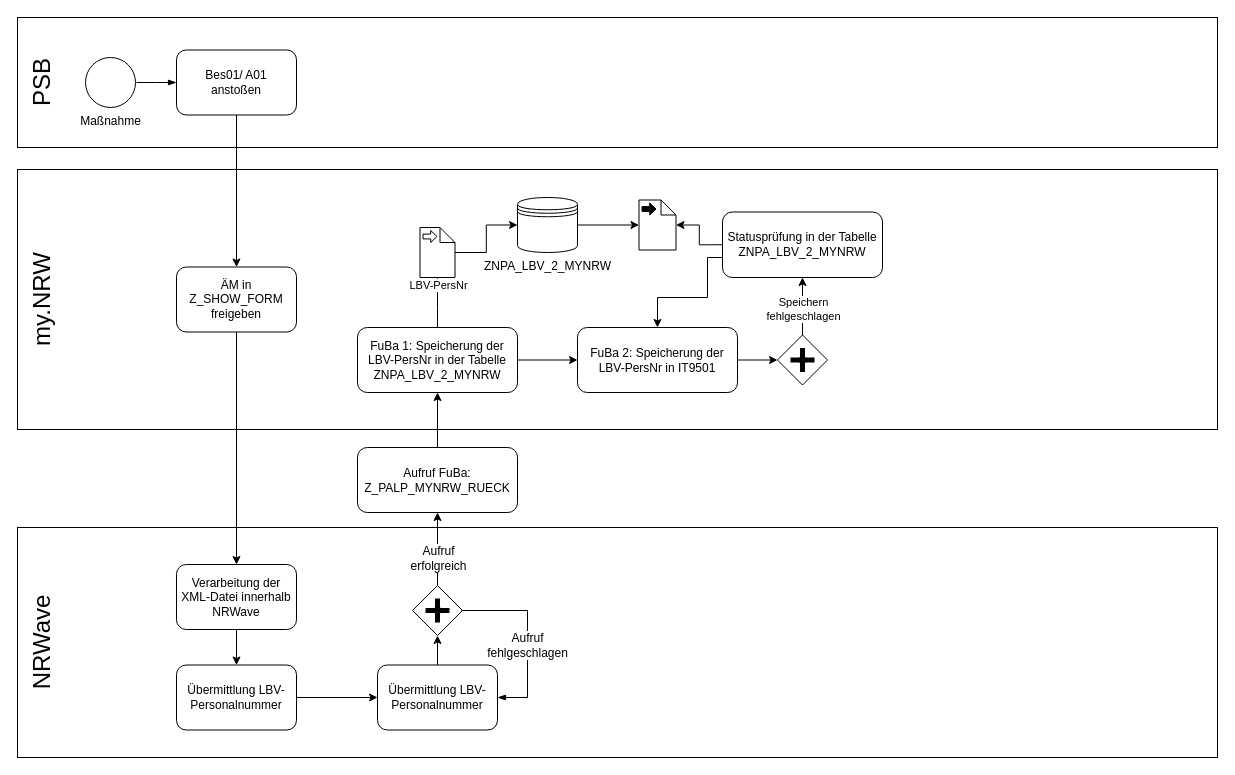
Fa8io/Sequenzdiagramm keeps this draw.io diagram as Unbenanntes Diagramm.drawio. Above is the earlier version. Source tidied: cells renumbered, new cells numbered last; positions are measured from the earlier drawing's top-left corner, leaving out a move shared by most shapes. Both pictures are drawn from the tidied source at 100%, with x=0, y=0 at pixel (-43, 17).
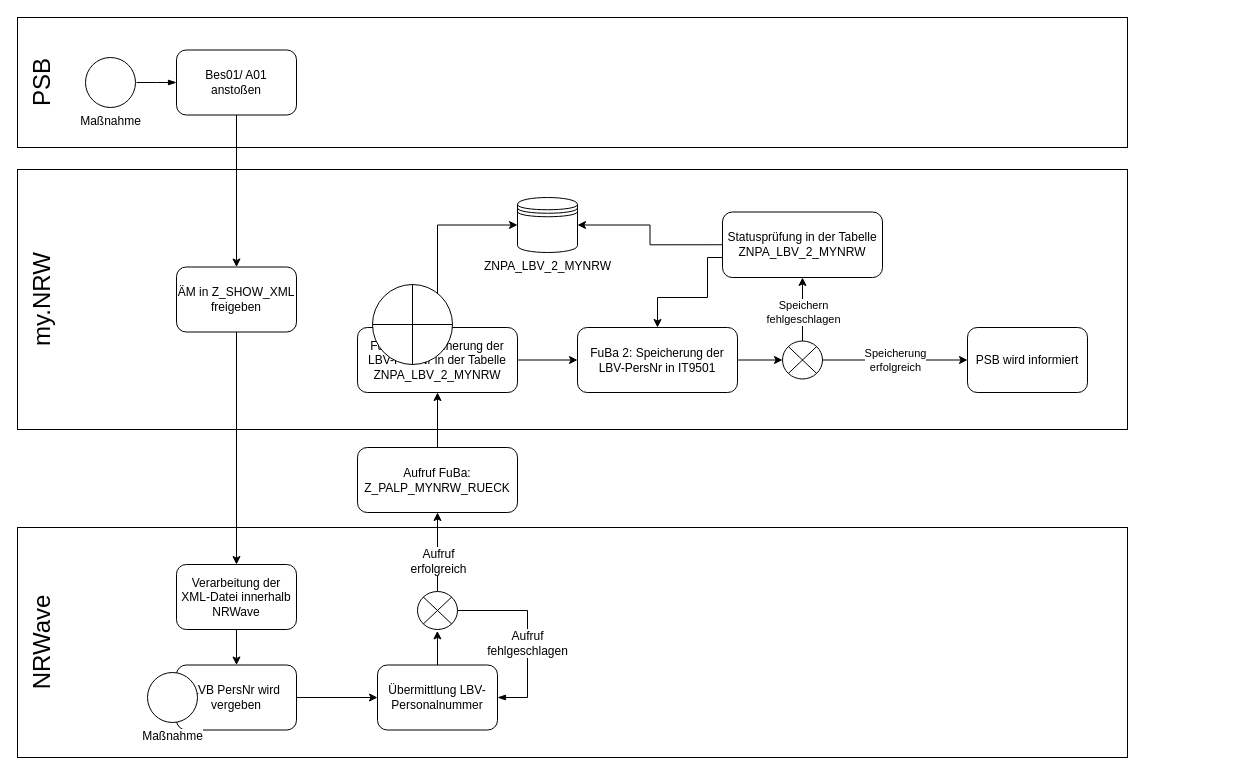
After the change.

Unchanged cells that the change refers to:
```xml
<mxCell id="17" value="Übermittlung LBV-Personalnummer" style="shape=ext;rounded=1;html=1;whiteSpace=wrap;" parent="1" vertex="1">
  <mxGeometry x="420" y="647.5" width="120" height="65" as="geometry" />
</mxCell>
<mxCell id="23" value="Aufruf FuBa: Z_PALP_MYNRW_RUECK" style="shape=ext;rounded=1;html=1;whiteSpace=wrap;" parent="1" vertex="1">
  <mxGeometry x="400" y="430" width="160" height="65" as="geometry" />
</mxCell>
<mxCell id="25" value="FuBa 1: Speicherung der LBV-PersNr in der Tabelle ZNPA_LBV_2_MYNRW" style="shape=ext;rounded=1;html=1;whiteSpace=wrap;" parent="1" vertex="1">
  <mxGeometry x="400" y="310" width="160" height="65" as="geometry" />
</mxCell>
<mxCell id="27" value="FuBa 2: Speicherung der LBV-PersNr in IT9501" style="shape=ext;rounded=1;html=1;whiteSpace=wrap;" parent="1" vertex="1">
  <mxGeometry x="620" y="310" width="160" height="65" as="geometry" />
</mxCell>
<mxCell id="29" value="ZNPA_LBV_2_MYNRW" style="shape=datastore;html=1;labelPosition=center;verticalLabelPosition=bottom;align=center;verticalAlign=top;" parent="1" vertex="1">
  <mxGeometry x="560" y="180" width="60" height="55" as="geometry" />
</mxCell>
<mxCell id="39" value="Statusprüfung in der Tabelle ZNPA_LBV_2_MYNRW" style="shape=ext;rounded=1;html=1;whiteSpace=wrap;" parent="1" vertex="1">
  <mxGeometry x="765" y="194.5" width="160" height="65.5" as="geometry" />
</mxCell>
```

The edit, as a diff of the source:
```diff
@@
     <mxCell id="2" style="rounded=0;whiteSpace=wrap;html=1;" parent="1" vertex="1">
-      <mxGeometry x="60" y="152" width="1200" height="260" as="geometry" />
+      <mxGeometry x="60" y="152" width="1110" height="260" as="geometry" />
     </mxCell>
     <mxCell id="3" style="rounded=0;whiteSpace=wrap;html=1;" parent="1" vertex="1">
-      <mxGeometry x="60" y="510" width="1200" height="230" as="geometry" />
+      <mxGeometry x="60" y="510" width="1110" height="230" as="geometry" />
     </mxCell>
@@
     <mxCell id="6" style="rounded=0;whiteSpace=wrap;html=1;" parent="1" vertex="1">
-      <mxGeometry x="60" width="1200" height="130" as="geometry" />
+      <mxGeometry x="60" width="1110" height="130" as="geometry" />
     </mxCell>
@@
-    <mxCell id="12" value="ÄM in Z_SHOW_FORM freigeben" style="shape=ext;rounded=1;html=1;whiteSpace=wrap;" parent="1" vertex="1">
+    <mxCell id="12" value="ÄM in Z_SHOW_XML freigeben" style="shape=ext;rounded=1;html=1;whiteSpace=wrap;" parent="1" vertex="1">
       <mxGeometry x="219" y="249.5" width="120" height="65" as="geometry" />
     </mxCell>
@@
-    <mxCell id="16" style="edgeStyle=orthogonalEdgeStyle;rounded=0;jettySize=auto;html=1;entryX=0.5;entryY=1;entryDx=0;entryDy=0;" parent="1" edge="1" source="17" target="20">
+    <mxCell id="16" style="edgeStyle=orthogonalEdgeStyle;rounded=0;jettySize=auto;html=1;entryX=0.496;entryY=1.037;entryDx=0;entryDy=0;entryPerimeter=0;" parent="1" edge="1" source="17" target="46">
       <mxGeometry relative="1" as="geometry" />
     </mxCell>
@@
-    <mxCell id="18" style="edgeStyle=orthogonalEdgeStyle;rounded=0;jettySize=auto;html=1;entryX=0.5;entryY=1;entryDx=0;entryDy=0;" parent="1" edge="1" source="20" target="23">
+    <mxCell id="18" style="edgeStyle=orthogonalEdgeStyle;rounded=0;jettySize=auto;html=1;entryX=0.5;entryY=1;entryDx=0;entryDy=0;exitX=0.5;exitY=0;exitDx=0;exitDy=0;exitPerimeter=0;" parent="1" edge="1" source="46" target="23">
       <mxGeometry relative="1" as="geometry" />
     </mxCell>
@@
-    <mxCell id="20" style="shape=mxgraph.bpmn.shape;html=1;verticalLabelPosition=bottom;labelBackgroundColor=#ffffff;verticalAlign=top;perimeter=rhombusPerimeter;background=gateway;outline=none;symbol=parallelGw;" parent="1" vertex="1">
-      <mxGeometry x="455" y="568" width="50" height="50" as="geometry" />
-    </mxCell>
-    <mxCell id="21" value="Aufruf&lt;div&gt;fehlgeschlagen&lt;/div&gt;" style="edgeStyle=elbowEdgeStyle;fontSize=12;html=1;endArrow=blockThin;endFill=1;rounded=0;entryX=1;entryY=0.5;entryDx=0;entryDy=0;" parent="1" edge="1" target="17">
+    <mxCell id="21" value="Aufruf&lt;div&gt;fehlgeschlagen&lt;/div&gt;" style="edgeStyle=elbowEdgeStyle;fontSize=12;html=1;endArrow=blockThin;endFill=1;rounded=0;entryX=1;entryY=0.5;entryDx=0;entryDy=0;exitX=1;exitY=0.5;exitDx=0;exitDy=0;exitPerimeter=0;" parent="1" edge="1" source="46" target="17">
       <mxGeometry x="0.1" relative="1" as="geometry">
-        <mxPoint x="504" y="593" as="sourcePoint" />
         <Array as="points">
           <mxPoint x="570" y="638" />
         </Array>
       </mxGeometry>
     </mxCell>
@@
-    <mxCell id="26" style="edgeStyle=orthogonalEdgeStyle;rounded=0;jettySize=auto;html=1;entryX=0;entryY=0.5;entryDx=0;entryDy=0;" parent="1" edge="1" source="27" target="36">
+    <mxCell id="26" style="edgeStyle=orthogonalEdgeStyle;rounded=0;jettySize=auto;html=1;entryX=0;entryY=0.5;entryDx=0;entryDy=0;entryPerimeter=0;" parent="1" edge="1" source="27" target="48">
       <mxGeometry relative="1" as="geometry" />
     </mxCell>
@@
-    <mxCell id="28" style="edgeStyle=orthogonalEdgeStyle;rounded=0;jettySize=auto;html=1;" parent="1" edge="1" source="29" target="40">
-      <mxGeometry relative="1" as="geometry" />
-    </mxCell>
@@
-    <mxCell id="30" style="edgeStyle=orthogonalEdgeStyle;rounded=0;jettySize=auto;html=1;entryX=0;entryY=0.5;entryDx=0;entryDy=0;" parent="1" edge="1" source="31" target="29">
-      <mxGeometry relative="1" as="geometry" />
-    </mxCell>
-    <mxCell id="31" style="shape=mxgraph.bpmn.data;labelPosition=center;verticalLabelPosition=bottom;align=center;verticalAlign=top;size=15;html=1;bpmnTransferType=input;" parent="1" vertex="1">
-      <mxGeometry x="462.5" y="210" width="35" height="50" as="geometry" />
-    </mxCell>
-    <mxCell id="32" style="edgeStyle=orthogonalEdgeStyle;rounded=0;jettySize=auto;html=1;entryX=0.5;entryY=1;entryDx=0;entryDy=0;entryPerimeter=0;" parent="1" edge="1" source="25" target="31">
+    <mxCell id="32" style="edgeStyle=orthogonalEdgeStyle;rounded=0;jettySize=auto;html=1;entryX=0;entryY=0.5;entryDx=0;entryDy=0;" parent="1" edge="1" source="25" target="29">
       <mxGeometry relative="1" as="geometry">
         <Array as="points">
-          <mxPoint x="480" y="290" />
-          <mxPoint x="480" y="290" />
+          <mxPoint x="480" y="208" />
         </Array>
       </mxGeometry>
     </mxCell>
-    <mxCell id="33" value="LBV-PersNr" style="edgeLabel;html=1;align=center;verticalAlign=middle;" parent="32" vertex="1">
-      <mxGeometry x="0.24" y="2" relative="1" as="geometry">
-        <mxPoint x="2" y="-12" as="offset" />
-      </mxGeometry>
-    </mxCell>
-    <mxCell id="34" style="edgeStyle=orthogonalEdgeStyle;rounded=0;jettySize=auto;html=1;entryX=0.5;entryY=1;entryDx=0;entryDy=0;" parent="1" edge="1" source="36" target="39">
+    <mxCell id="34" style="edgeStyle=orthogonalEdgeStyle;rounded=0;jettySize=auto;html=1;entryX=0.5;entryY=1;entryDx=0;entryDy=0;exitX=0.5;exitY=0;exitDx=0;exitDy=0;exitPerimeter=0;" parent="1" edge="1" source="48" target="39">
       <mxGeometry relative="1" as="geometry" />
     </mxCell>
@@
-    <mxCell id="36" style="shape=mxgraph.bpmn.shape;html=1;verticalLabelPosition=bottom;labelBackgroundColor=#ffffff;verticalAlign=top;perimeter=rhombusPerimeter;background=gateway;outline=none;symbol=parallelGw;" parent="1" vertex="1">
-      <mxGeometry x="820" y="317.5" width="50" height="50" as="geometry" />
-    </mxCell>
+    <mxCell id="43" value="Speicherung&lt;div&gt;erfolgreich&lt;/div&gt;" style="edgeStyle=orthogonalEdgeStyle;rounded=0;jettySize=auto;html=1;entryX=0;entryY=0.5;entryDx=0;entryDy=0;exitX=1;exitY=0.5;exitDx=0;exitDy=0;exitPerimeter=0;" parent="1" edge="1" source="48" target="44">
+      <mxGeometry relative="1" as="geometry" />
+    </mxCell>
@@
-    <mxCell id="38" style="edgeStyle=orthogonalEdgeStyle;rounded=0;jettySize=auto;html=1;exitX=0;exitY=0.5;exitDx=0;exitDy=0;" parent="1" edge="1" source="39" target="40">
+    <mxCell id="38" style="edgeStyle=orthogonalEdgeStyle;rounded=0;jettySize=auto;html=1;exitX=0;exitY=0.5;exitDx=0;exitDy=0;entryX=1;entryY=0.5;entryDx=0;entryDy=0;" parent="1" edge="1" source="39" target="29">
       <mxGeometry relative="1" as="geometry" />
     </mxCell>
@@
-    <mxCell id="40" style="shape=mxgraph.bpmn.data;labelPosition=center;verticalLabelPosition=bottom;align=center;verticalAlign=top;size=15;html=1;bpmnTransferType=output;" parent="1" vertex="1">
-      <mxGeometry x="681.5" y="182.5" width="37" height="50" as="geometry" />
-    </mxCell>
@@
-    <mxCell id="42" value="Übermittlung LBV-Personalnummer" style="shape=ext;rounded=1;html=1;whiteSpace=wrap;" parent="1" vertex="1">
+    <mxCell id="42" value="LVB PersNr wird vergeben" style="shape=ext;rounded=1;html=1;whiteSpace=wrap;" parent="1" vertex="1">
       <mxGeometry x="219" y="647.5" width="120" height="65" as="geometry" />
     </mxCell>
+    <mxCell id="44" value="PSB wird informiert" style="shape=ext;rounded=1;html=1;whiteSpace=wrap;" parent="1" vertex="1">
+      <mxGeometry x="1010" y="310" width="120" height="65" as="geometry" />
+    </mxCell>
+    <mxCell id="45" value="Maßnahme" style="shape=mxgraph.bpmn.shape;html=1;verticalLabelPosition=bottom;labelBackgroundColor=#ffffff;verticalAlign=top;perimeter=ellipsePerimeter;outline=standard;symbol=general;" parent="1" vertex="1">
+      <mxGeometry x="190" y="655" width="50" height="50" as="geometry" />
+    </mxCell>
+    <mxCell id="46" style="verticalLabelPosition=bottom;verticalAlign=top;html=1;shape=mxgraph.flowchart.or;" parent="1" vertex="1">
+      <mxGeometry x="460" y="574" width="40" height="38" as="geometry" />
+    </mxCell>
+    <mxCell id="47" style="shape=orEllipse;perimeter=ellipsePerimeter;whiteSpace=wrap;html=1;backgroundOutline=1;" parent="1" vertex="1">
+      <mxGeometry x="415" y="267" width="80" height="80" as="geometry" />
+    </mxCell>
+    <mxCell id="48" style="verticalLabelPosition=bottom;verticalAlign=top;html=1;shape=mxgraph.flowchart.or;" parent="1" vertex="1">
+      <mxGeometry x="825" y="323.5" width="40" height="38" as="geometry" />
+    </mxCell>
```
